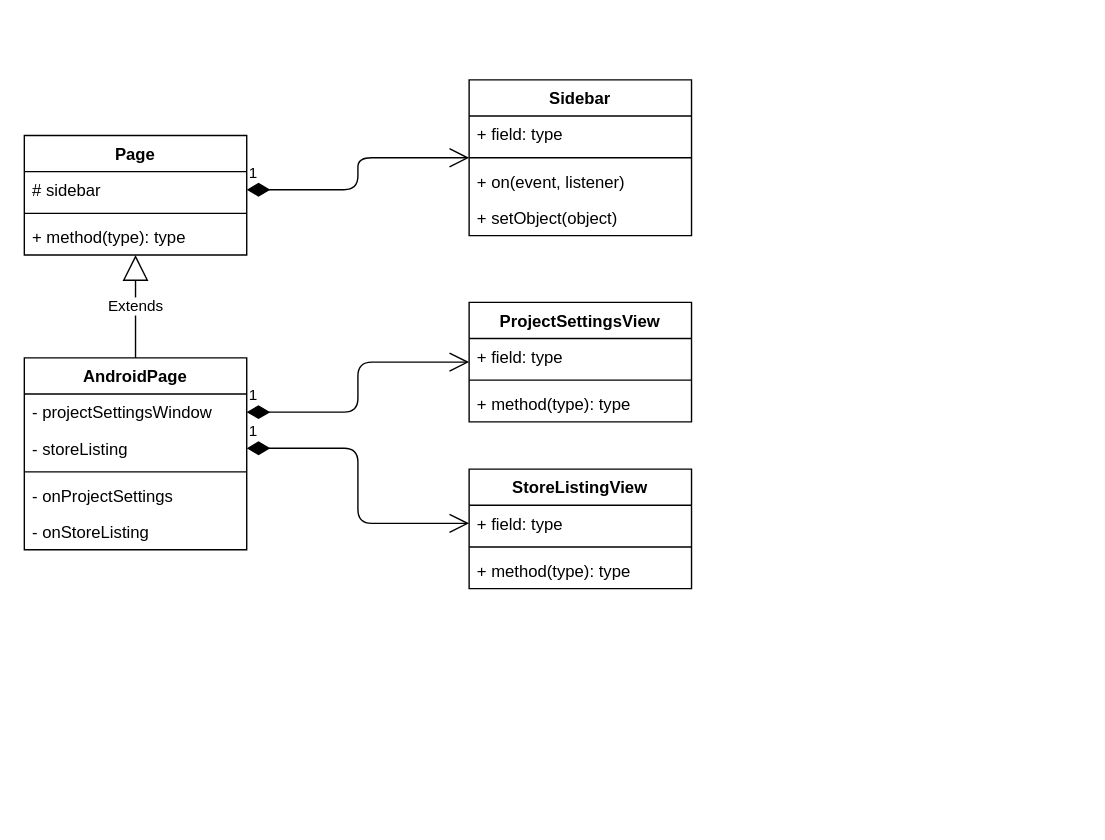
kids-cademy/atlas-studio keeps this draw.io diagram as page "AndroidPage" (2 of 4) of doc/ui-classes.drawio. Above is the earlier version. Source tidied: cells renumbered, new cells numbered last; positions are measured from the earlier drawing's top-left corner, leaving out a move shared by most shapes. Both pictures are drawn from the tidied source at 139%, with x=0, y=0 at pixel (24, 79).
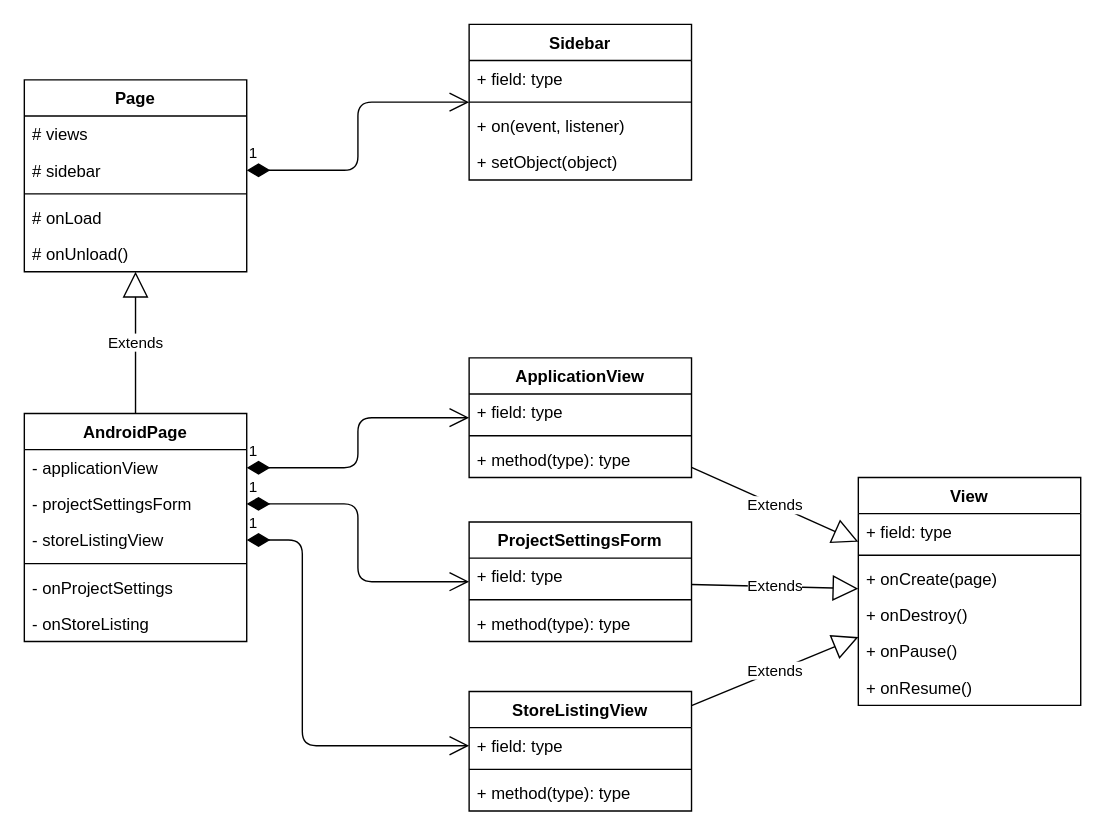
After the change.

Diff of the diagram source:
```diff
@@
-    <mxCell id="2" value="Page" style="swimlane;fontStyle=1;align=center;verticalAlign=top;horizontal=1;startSize=26;" parent="1" vertex="1">
-      <mxGeometry y="40" width="160" height="86" as="geometry" />
-    </mxCell>
-    <mxCell id="3" value="# sidebar" style="text;strokeColor=none;fillColor=none;align=left;verticalAlign=top;spacingLeft=4;spacingRight=4;overflow=hidden;points=[[0,0.5],[1,0.5]];portConstraint=eastwest;" parent="2" vertex="1">
-      <mxGeometry y="26" width="160" height="26" as="geometry" />
-    </mxCell>
-    <mxCell id="4" style="line;strokeWidth=1;fillColor=none;align=left;verticalAlign=middle;spacingTop=-1;spacingLeft=3;spacingRight=3;labelPosition=right;" parent="2" vertex="1">
-      <mxGeometry y="52" width="160" height="8" as="geometry" />
-    </mxCell>
-    <mxCell id="5" value="+ method(type): type" style="text;strokeColor=none;fillColor=none;align=left;verticalAlign=top;spacingLeft=4;spacingRight=4;overflow=hidden;" parent="2" vertex="1">
-      <mxGeometry y="60" width="160" height="26" as="geometry" />
-    </mxCell>
     <mxCell id="6" value="AndroidPage" style="swimlane;fontStyle=1;align=center;verticalAlign=top;horizontal=1;startSize=26;" parent="1" vertex="1">
-      <mxGeometry y="200" width="160" height="138" as="geometry" />
+      <mxGeometry y="240" width="160" height="164" as="geometry" />
     </mxCell>
+    <mxCell id="29" value="- applicationView" style="text;strokeColor=none;fillColor=none;align=left;verticalAlign=top;spacingLeft=4;spacingRight=4;overflow=hidden;points=[[0,0.5],[1,0.5]];portConstraint=eastwest;" parent="6" vertex="1">
+      <mxGeometry y="26" width="160" height="26" as="geometry" />
+    </mxCell>
-    <mxCell id="7" value="- projectSettingsWindow" style="text;strokeColor=none;fillColor=none;align=left;verticalAlign=top;spacingLeft=4;spacingRight=4;overflow=hidden;points=[[0,0.5],[1,0.5]];portConstraint=eastwest;" parent="6" vertex="1">
-      <mxGeometry y="26" width="160" height="26" as="geometry" />
+    <mxCell id="7" value="- projectSettingsForm" style="text;strokeColor=none;fillColor=none;align=left;verticalAlign=top;spacingLeft=4;spacingRight=4;overflow=hidden;points=[[0,0.5],[1,0.5]];portConstraint=eastwest;" parent="6" vertex="1">
+      <mxGeometry y="52" width="160" height="26" as="geometry" />
     </mxCell>
-    <mxCell id="8" value="- storeListing" style="text;strokeColor=none;fillColor=none;align=left;verticalAlign=top;spacingLeft=4;spacingRight=4;overflow=hidden;points=[[0,0.5],[1,0.5]];portConstraint=eastwest;" parent="6" vertex="1">
-      <mxGeometry y="52" width="160" height="26" as="geometry" />
+    <mxCell id="8" value="- storeListingView" style="text;strokeColor=none;fillColor=none;align=left;verticalAlign=top;spacingLeft=4;spacingRight=4;overflow=hidden;points=[[0,0.5],[1,0.5]];portConstraint=eastwest;" parent="6" vertex="1">
+      <mxGeometry y="78" width="160" height="26" as="geometry" />
     </mxCell>
     <mxCell id="9" style="line;strokeWidth=1;fillColor=none;align=left;verticalAlign=middle;spacingTop=-1;spacingLeft=3;spacingRight=3;labelPosition=right;" parent="6" vertex="1">
-      <mxGeometry y="78" width="160" height="8" as="geometry" />
+      <mxGeometry y="104" width="160" height="8" as="geometry" />
     </mxCell>
     <mxCell id="10" value="- onProjectSettings" style="text;strokeColor=none;fillColor=none;align=left;verticalAlign=top;spacingLeft=4;spacingRight=4;overflow=hidden;" parent="6" vertex="1">
-      <mxGeometry y="86" width="160" height="26" as="geometry" />
+      <mxGeometry y="112" width="160" height="26" as="geometry" />
     </mxCell>
     <mxCell id="11" value="- onStoreListing" style="text;strokeColor=none;fillColor=none;align=left;verticalAlign=top;spacingLeft=4;spacingRight=4;overflow=hidden;" parent="6" vertex="1">
-      <mxGeometry y="112" width="160" height="26" as="geometry" />
+      <mxGeometry y="138" width="160" height="26" as="geometry" />
     </mxCell>
@@
     <mxCell id="14" value="1" style="endArrow=open;html=1;endSize=12;startArrow=diamondThin;startSize=14;startFill=1;edgeStyle=orthogonalEdgeStyle;align=left;verticalAlign=bottom;entryX=0;entryY=0.5;entryDx=0;entryDy=0;" parent="1" edge="1" source="8" target="26">
-      <mxGeometry x="-1" y="3" relative="1" as="geometry" />
+      <mxGeometry x="-1" y="3" relative="1" as="geometry">
+        <Array as="points">
+          <mxPoint x="200" y="331" />
+          <mxPoint x="200" y="479" />
+        </Array>
+      </mxGeometry>
     </mxCell>
@@
+    <mxCell id="30" value="Extends" style="endArrow=block;endSize=16;endFill=0;html=1;" parent="1" edge="1" source="21" target="40">
+      <mxGeometry relative="1" as="geometry" />
+    </mxCell>
+    <mxCell id="31" value="Extends" style="endArrow=block;endSize=16;endFill=0;html=1;" parent="1" edge="1" source="25" target="40">
+      <mxGeometry relative="1" as="geometry" />
+    </mxCell>
+    <mxCell id="32" value="Extends" style="endArrow=block;endSize=16;endFill=0;html=1;" parent="1" edge="1" source="33" target="40">
+      <mxGeometry relative="1" as="geometry" />
+    </mxCell>
+    <mxCell id="25" value="StoreListingView" style="swimlane;fontStyle=1;align=center;verticalAlign=top;horizontal=1;startSize=26;" parent="1" vertex="1">
+      <mxGeometry x="320" y="440" width="160" height="86" as="geometry" />
+    </mxCell>
+    <mxCell id="26" value="+ field: type" style="text;strokeColor=none;fillColor=none;align=left;verticalAlign=top;spacingLeft=4;spacingRight=4;overflow=hidden;points=[[0,0.5],[1,0.5]];portConstraint=eastwest;" parent="25" vertex="1">
+      <mxGeometry y="26" width="160" height="26" as="geometry" />
+    </mxCell>
+    <mxCell id="27" style="line;strokeWidth=1;fillColor=none;align=left;verticalAlign=middle;spacingTop=-1;spacingLeft=3;spacingRight=3;labelPosition=right;" parent="25" vertex="1">
+      <mxGeometry y="52" width="160" height="8" as="geometry" />
+    </mxCell>
+    <mxCell id="28" value="+ method(type): type" style="text;strokeColor=none;fillColor=none;align=left;verticalAlign=top;spacingLeft=4;spacingRight=4;overflow=hidden;" parent="25" vertex="1">
+      <mxGeometry y="60" width="160" height="26" as="geometry" />
+    </mxCell>
+    <mxCell id="21" value="ProjectSettingsForm" style="swimlane;fontStyle=1;align=center;verticalAlign=top;horizontal=1;startSize=26;" parent="1" vertex="1">
+      <mxGeometry x="320" y="318" width="160" height="86" as="geometry" />
+    </mxCell>
+    <mxCell id="22" value="+ field: type" style="text;strokeColor=none;fillColor=none;align=left;verticalAlign=top;spacingLeft=4;spacingRight=4;overflow=hidden;" parent="21" vertex="1">
+      <mxGeometry y="26" width="160" height="26" as="geometry" />
+    </mxCell>
+    <mxCell id="23" style="line;strokeWidth=1;fillColor=none;align=left;verticalAlign=middle;spacingTop=-1;spacingLeft=3;spacingRight=3;labelPosition=right;" parent="21" vertex="1">
+      <mxGeometry y="52" width="160" height="8" as="geometry" />
+    </mxCell>
+    <mxCell id="24" value="+ method(type): type" style="text;strokeColor=none;fillColor=none;align=left;verticalAlign=top;spacingLeft=4;spacingRight=4;overflow=hidden;" parent="21" vertex="1">
+      <mxGeometry y="60" width="160" height="26" as="geometry" />
+    </mxCell>
+    <mxCell id="33" value="ApplicationView" style="swimlane;fontStyle=1;align=center;verticalAlign=top;horizontal=1;startSize=26;" parent="1" vertex="1">
+      <mxGeometry x="320" y="200" width="160" height="86" as="geometry" />
+    </mxCell>
+    <mxCell id="34" value="+ field: type" style="text;strokeColor=none;fillColor=none;align=left;verticalAlign=top;spacingLeft=4;spacingRight=4;overflow=hidden;" parent="33" vertex="1">
+      <mxGeometry y="26" width="160" height="26" as="geometry" />
+    </mxCell>
+    <mxCell id="35" style="line;strokeWidth=1;fillColor=none;align=left;verticalAlign=middle;spacingTop=-1;spacingLeft=3;spacingRight=3;labelPosition=right;" parent="33" vertex="1">
+      <mxGeometry y="52" width="160" height="8" as="geometry" />
+    </mxCell>
+    <mxCell id="36" value="+ method(type): type" style="text;strokeColor=none;fillColor=none;align=left;verticalAlign=top;spacingLeft=4;spacingRight=4;overflow=hidden;" parent="33" vertex="1">
+      <mxGeometry y="60" width="160" height="26" as="geometry" />
+    </mxCell>
+    <mxCell id="37" value="1" style="endArrow=open;html=1;endSize=12;startArrow=diamondThin;startSize=14;startFill=1;edgeStyle=orthogonalEdgeStyle;align=left;verticalAlign=bottom;" parent="1" edge="1" source="29" target="33">
+      <mxGeometry x="-1" y="3" relative="1" as="geometry" />
+    </mxCell>
+    <mxCell id="2" value="Page" style="swimlane;fontStyle=1;align=center;verticalAlign=top;horizontal=1;startSize=26;" parent="1" vertex="1">
+      <mxGeometry width="160" height="138" as="geometry" />
+    </mxCell>
+    <mxCell id="38" value="# views" style="text;strokeColor=none;fillColor=none;align=left;verticalAlign=top;spacingLeft=4;spacingRight=4;overflow=hidden;" parent="2" vertex="1">
+      <mxGeometry y="26" width="160" height="26" as="geometry" />
+    </mxCell>
+    <mxCell id="3" value="# sidebar" style="text;strokeColor=none;fillColor=none;align=left;verticalAlign=top;spacingLeft=4;spacingRight=4;overflow=hidden;points=[[0,0.5],[1,0.5]];portConstraint=eastwest;" parent="2" vertex="1">
+      <mxGeometry y="52" width="160" height="26" as="geometry" />
+    </mxCell>
+    <mxCell id="4" style="line;strokeWidth=1;fillColor=none;align=left;verticalAlign=middle;spacingTop=-1;spacingLeft=3;spacingRight=3;labelPosition=right;" parent="2" vertex="1">
+      <mxGeometry y="78" width="160" height="8" as="geometry" />
+    </mxCell>
+    <mxCell id="5" value="# onLoad" style="text;strokeColor=none;fillColor=none;align=left;verticalAlign=top;spacingLeft=4;spacingRight=4;overflow=hidden;" parent="2" vertex="1">
+      <mxGeometry y="86" width="160" height="26" as="geometry" />
+    </mxCell>
+    <mxCell id="39" value="# onUnload()" style="text;strokeColor=none;fillColor=none;align=left;verticalAlign=top;spacingLeft=4;spacingRight=4;overflow=hidden;" parent="2" vertex="1">
+      <mxGeometry y="112" width="160" height="26" as="geometry" />
+    </mxCell>
     <mxCell id="16" value="Sidebar" style="swimlane;fontStyle=1;align=center;verticalAlign=top;horizontal=1;startSize=26;" parent="1" vertex="1">
-      <mxGeometry x="320" width="160" height="112" as="geometry" />
+      <mxGeometry x="320" y="-40" width="160" height="112" as="geometry" />
     </mxCell>
@@
-    <mxCell id="21" value="ProjectSettingsView" style="swimlane;fontStyle=1;align=center;verticalAlign=top;horizontal=1;startSize=26;" parent="1" vertex="1">
-      <mxGeometry x="320" y="160" width="160" height="86" as="geometry" />
-    </mxCell>
-    <mxCell id="22" value="+ field: type" style="text;strokeColor=none;fillColor=none;align=left;verticalAlign=top;spacingLeft=4;spacingRight=4;overflow=hidden;" parent="21" vertex="1">
-      <mxGeometry y="26" width="160" height="26" as="geometry" />
-    </mxCell>
-    <mxCell id="23" style="line;strokeWidth=1;fillColor=none;align=left;verticalAlign=middle;spacingTop=-1;spacingLeft=3;spacingRight=3;labelPosition=right;" parent="21" vertex="1">
-      <mxGeometry y="52" width="160" height="8" as="geometry" />
-    </mxCell>
-    <mxCell id="24" value="+ method(type): type" style="text;strokeColor=none;fillColor=none;align=left;verticalAlign=top;spacingLeft=4;spacingRight=4;overflow=hidden;" parent="21" vertex="1">
-      <mxGeometry y="60" width="160" height="26" as="geometry" />
-    </mxCell>
-    <mxCell id="25" value="StoreListingView" style="swimlane;fontStyle=1;align=center;verticalAlign=top;horizontal=1;startSize=26;" parent="1" vertex="1">
-      <mxGeometry x="320" y="280" width="160" height="86" as="geometry" />
-    </mxCell>
-    <mxCell id="26" value="+ field: type" style="text;strokeColor=none;fillColor=none;align=left;verticalAlign=top;spacingLeft=4;spacingRight=4;overflow=hidden;points=[[0,0.5],[1,0.5]];portConstraint=eastwest;" parent="25" vertex="1">
-      <mxGeometry y="26" width="160" height="26" as="geometry" />
-    </mxCell>
-    <mxCell id="27" style="line;strokeWidth=1;fillColor=none;align=left;verticalAlign=middle;spacingTop=-1;spacingLeft=3;spacingRight=3;labelPosition=right;" parent="25" vertex="1">
-      <mxGeometry y="52" width="160" height="8" as="geometry" />
-    </mxCell>
-    <mxCell id="28" value="+ method(type): type" style="text;strokeColor=none;fillColor=none;align=left;verticalAlign=top;spacingLeft=4;spacingRight=4;overflow=hidden;" parent="25" vertex="1">
-      <mxGeometry y="60" width="160" height="26" as="geometry" />
-    </mxCell>
+    <mxCell id="40" value="View" style="swimlane;fontStyle=1;align=center;verticalAlign=top;horizontal=1;startSize=26;" parent="1" vertex="1">
+      <mxGeometry x="600" y="286" width="160" height="164" as="geometry" />
+    </mxCell>
+    <mxCell id="41" value="+ field: type" style="text;strokeColor=none;fillColor=none;align=left;verticalAlign=top;spacingLeft=4;spacingRight=4;overflow=hidden;" parent="40" vertex="1">
+      <mxGeometry y="26" width="160" height="26" as="geometry" />
+    </mxCell>
+    <mxCell id="42" style="line;strokeWidth=1;fillColor=none;align=left;verticalAlign=middle;spacingTop=-1;spacingLeft=3;spacingRight=3;labelPosition=right;" parent="40" vertex="1">
+      <mxGeometry y="52" width="160" height="8" as="geometry" />
+    </mxCell>
+    <mxCell id="43" value="+ onCreate(page)" style="text;strokeColor=none;fillColor=none;align=left;verticalAlign=top;spacingLeft=4;spacingRight=4;overflow=hidden;" parent="40" vertex="1">
+      <mxGeometry y="60" width="160" height="26" as="geometry" />
+    </mxCell>
+    <mxCell id="44" value="+ onDestroy()" style="text;strokeColor=none;fillColor=none;align=left;verticalAlign=top;spacingLeft=4;spacingRight=4;overflow=hidden;" parent="40" vertex="1">
+      <mxGeometry y="86" width="160" height="26" as="geometry" />
+    </mxCell>
+    <mxCell id="45" value="+ onPause()" style="text;strokeColor=none;fillColor=none;align=left;verticalAlign=top;spacingLeft=4;spacingRight=4;overflow=hidden;" parent="40" vertex="1">
+      <mxGeometry y="112" width="160" height="26" as="geometry" />
+    </mxCell>
+    <mxCell id="46" value="+ onResume()" style="text;strokeColor=none;fillColor=none;align=left;verticalAlign=top;spacingLeft=4;spacingRight=4;overflow=hidden;" parent="40" vertex="1">
+      <mxGeometry y="138" width="160" height="26" as="geometry" />
+    </mxCell>
```
